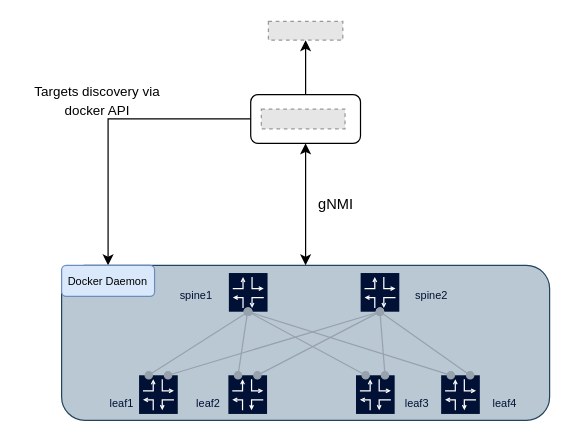
Before: page "1.single_nats" (1 of 5) of diagrams/clab_deployments.drawio in karimra/gnmic, a draw.io diagram. Source tidied: cells renumbered, new cells numbered last; positions are measured from the earlier drawing's top-left corner, leaving out a move shared by most shapes. Both pictures are drawn from the tidied source at 122%, with x=0, y=0 at pixel (21, 21). Pictures stored in the file or linked from it are replaced by grey dashed boxes.
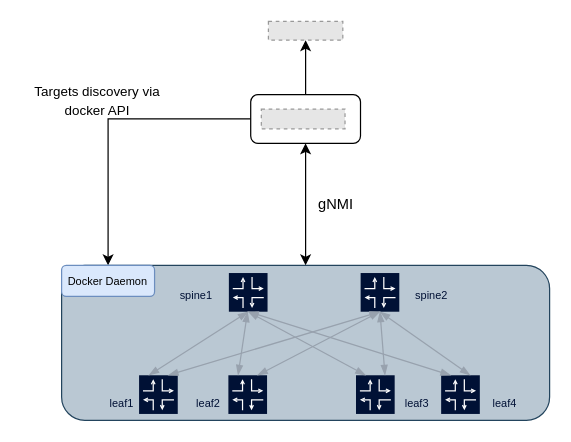
The same page after the edit.

The change refers to these unchanged cells:
```xml
<mxCell id="9" style="group;" parent="1" vertex="1">
  <mxGeometry x="33" y="200" width="400" height="127" as="geometry" />
</mxCell>
<mxCell id="13" style="whiteSpace=wrap;html=1;fillColor=#001135;strokeColor=none;fontFamily=Manrope;" parent="12" vertex="1">
  <mxGeometry width="31.7" height="31.7" as="geometry" />
</mxCell>
<mxCell id="21" style="whiteSpace=wrap;html=1;fillColor=#001135;strokeColor=none;fontFamily=Manrope;" parent="20" vertex="1">
  <mxGeometry width="31.7" height="31.7" as="geometry" />
</mxCell>
<mxCell id="30" style="whiteSpace=wrap;html=1;fillColor=#001135;strokeColor=none;fontFamily=Manrope;" parent="29" vertex="1">
  <mxGeometry width="31.7" height="31.7" as="geometry" />
</mxCell>
<mxCell id="38" style="whiteSpace=wrap;html=1;fillColor=#001135;strokeColor=none;fontFamily=Manrope;" parent="37" vertex="1">
  <mxGeometry width="31.7" height="31.7" as="geometry" />
</mxCell>
<mxCell id="48" style="whiteSpace=wrap;html=1;fillColor=#001135;strokeColor=none;fontFamily=Manrope;" parent="47" vertex="1">
  <mxGeometry width="31.7" height="31.7" as="geometry" />
</mxCell>
<mxCell id="56" style="whiteSpace=wrap;html=1;fillColor=#001135;strokeColor=none;fontFamily=Manrope;" parent="55" vertex="1">
  <mxGeometry width="31.7" height="31.7" as="geometry" />
</mxCell>
```

The edit, as a diff of the source:
```diff
@@
-    <mxCell id="35" style="rounded=0;jettySize=auto;html=1;fontFamily=Manrope;fontSize=12;fontColor=#FFFFFF;endArrow=oval;endFill=1;startArrow=oval;startFill=1;entryX=0.25;entryY=0;entryDx=0;entryDy=0;strokeColor=#98A2AE;" parent="9" edge="1" target="21">
+    <mxCell id="35" style="rounded=0;jettySize=auto;html=1;fontFamily=Manrope;fontSize=12;fontColor=#FFFFFF;endArrow=blockThin;endFill=1;startArrow=blockThin;startFill=1;entryX=0.25;entryY=0;entryDx=0;entryDy=0;strokeColor=#98A2AE;" parent="9" edge="1" target="21">
       <mxGeometry relative="1" as="geometry">
         <mxPoint x="152.4" y="38.1" as="sourcePoint" />
       </mxGeometry>
     </mxCell>
-    <mxCell id="36" style="rounded=0;jettySize=auto;html=1;fontFamily=Manrope;fontSize=12;fontColor=#FFFFFF;endArrow=oval;endFill=1;startArrow=oval;startFill=1;entryX=0.25;entryY=0;entryDx=0;entryDy=0;strokeColor=#98A2AE;endSize=6;startSize=6;exitX=0.5;exitY=1;exitDx=0;exitDy=0;" parent="9" edge="1" source="30" target="13">
+    <mxCell id="36" style="rounded=0;jettySize=auto;html=1;fontFamily=Manrope;fontSize=12;fontColor=#FFFFFF;endArrow=blockThin;endFill=1;startArrow=blockThin;startFill=1;entryX=0.25;entryY=0;entryDx=0;entryDy=0;strokeColor=#98A2AE;endSize=6;startSize=6;exitX=0.5;exitY=1;exitDx=0;exitDy=0;" parent="9" edge="1" source="30" target="13">
       <mxGeometry relative="1" as="geometry" />
     </mxCell>
@@
-    <mxCell id="44" style="rounded=0;jettySize=auto;html=1;fontFamily=Manrope;fontSize=12;fontColor=#FFFFFF;endArrow=oval;endFill=1;startArrow=oval;startFill=1;entryX=0.75;entryY=0;entryDx=0;entryDy=0;strokeColor=#98A2AE;endSize=6;startSize=6;exitX=0.5;exitY=1;exitDx=0;exitDy=0;" parent="9" edge="1" source="38" target="13">
+    <mxCell id="44" style="rounded=0;jettySize=auto;html=1;fontFamily=Manrope;fontSize=12;fontColor=#FFFFFF;endArrow=blockThin;endFill=1;startArrow=blockThin;startFill=1;entryX=0.75;entryY=0;entryDx=0;entryDy=0;strokeColor=#98A2AE;endSize=6;startSize=6;exitX=0.5;exitY=1;exitDx=0;exitDy=0;" parent="9" edge="1" source="38" target="13">
       <mxGeometry relative="1" as="geometry" />
     </mxCell>
-    <mxCell id="45" style="rounded=0;jettySize=auto;html=1;fontFamily=Manrope;fontSize=12;fontColor=#FFFFFF;endArrow=oval;endFill=1;startArrow=oval;startFill=1;entryX=0.75;entryY=0;entryDx=0;entryDy=0;exitX=0.5;exitY=1;exitDx=0;exitDy=0;strokeColor=#98A2AE;" parent="9" edge="1" source="38" target="21">
+    <mxCell id="45" style="rounded=0;jettySize=auto;html=1;fontFamily=Manrope;fontSize=12;fontColor=#FFFFFF;endArrow=blockThin;endFill=1;startArrow=blockThin;startFill=1;entryX=0.75;entryY=0;entryDx=0;entryDy=0;exitX=0.5;exitY=1;exitDx=0;exitDy=0;strokeColor=#98A2AE;" parent="9" edge="1" source="38" target="21">
       <mxGeometry relative="1" as="geometry" />
     </mxCell>
@@
-    <mxCell id="62" style="rounded=0;jettySize=auto;html=1;fontFamily=Manrope;fontSize=12;fontColor=#FFFFFF;endArrow=oval;endFill=1;startArrow=oval;startFill=1;entryX=0.25;entryY=0;entryDx=0;entryDy=0;strokeColor=#98A2AE;exitX=0.5;exitY=1;exitDx=0;exitDy=0;" parent="9" edge="1" source="30" target="56">
+    <mxCell id="62" style="rounded=0;jettySize=auto;html=1;fontFamily=Manrope;fontSize=12;fontColor=#FFFFFF;endArrow=blockThin;endFill=1;startArrow=blockThin;startFill=1;entryX=0.25;entryY=0;entryDx=0;entryDy=0;strokeColor=#98A2AE;exitX=0.5;exitY=1;exitDx=0;exitDy=0;" parent="9" edge="1" source="30" target="56">
       <mxGeometry relative="1" as="geometry" />
     </mxCell>
-    <mxCell id="63" style="rounded=0;jettySize=auto;html=1;fontFamily=Manrope;fontSize=12;fontColor=#FFFFFF;endArrow=oval;endFill=1;startArrow=oval;startFill=1;entryX=0.25;entryY=0;entryDx=0;entryDy=0;strokeColor=#98A2AE;endSize=6;startSize=6;exitX=0.5;exitY=1;exitDx=0;exitDy=0;" parent="9" edge="1" source="30" target="48">
+    <mxCell id="63" style="rounded=0;jettySize=auto;html=1;fontFamily=Manrope;fontSize=12;fontColor=#FFFFFF;endArrow=blockThin;endFill=1;startArrow=blockThin;startFill=1;entryX=0.25;entryY=0;entryDx=0;entryDy=0;strokeColor=#98A2AE;endSize=6;startSize=6;exitX=0.5;exitY=1;exitDx=0;exitDy=0;" parent="9" edge="1" source="30" target="48">
       <mxGeometry relative="1" as="geometry" />
     </mxCell>
-    <mxCell id="64" style="rounded=0;jettySize=auto;html=1;fontFamily=Manrope;fontSize=12;fontColor=#FFFFFF;endArrow=oval;endFill=1;startArrow=oval;startFill=1;entryX=0.75;entryY=0;entryDx=0;entryDy=0;strokeColor=#98A2AE;endSize=6;startSize=6;exitX=0.5;exitY=1;exitDx=0;exitDy=0;" parent="9" edge="1" source="38" target="48">
+    <mxCell id="64" style="rounded=0;jettySize=auto;html=1;fontFamily=Manrope;fontSize=12;fontColor=#FFFFFF;endArrow=blockThin;endFill=1;startArrow=blockThin;startFill=1;entryX=0.75;entryY=0;entryDx=0;entryDy=0;strokeColor=#98A2AE;endSize=6;startSize=6;exitX=0.5;exitY=1;exitDx=0;exitDy=0;" parent="9" edge="1" source="38" target="48">
       <mxGeometry relative="1" as="geometry" />
     </mxCell>
-    <mxCell id="65" style="rounded=0;jettySize=auto;html=1;fontFamily=Manrope;fontSize=12;fontColor=#FFFFFF;endArrow=oval;endFill=1;startArrow=oval;startFill=1;entryX=0.75;entryY=0;entryDx=0;entryDy=0;exitX=0.5;exitY=1;exitDx=0;exitDy=0;strokeColor=#98A2AE;" parent="9" edge="1" source="38" target="56">
+    <mxCell id="65" style="rounded=0;jettySize=auto;html=1;fontFamily=Manrope;fontSize=12;fontColor=#FFFFFF;endArrow=blockThin;endFill=1;startArrow=blockThin;startFill=1;entryX=0.75;entryY=0;entryDx=0;entryDy=0;exitX=0.5;exitY=1;exitDx=0;exitDy=0;strokeColor=#98A2AE;" parent="9" edge="1" source="38" target="56">
       <mxGeometry relative="1" as="geometry" />
     </mxCell>
```
